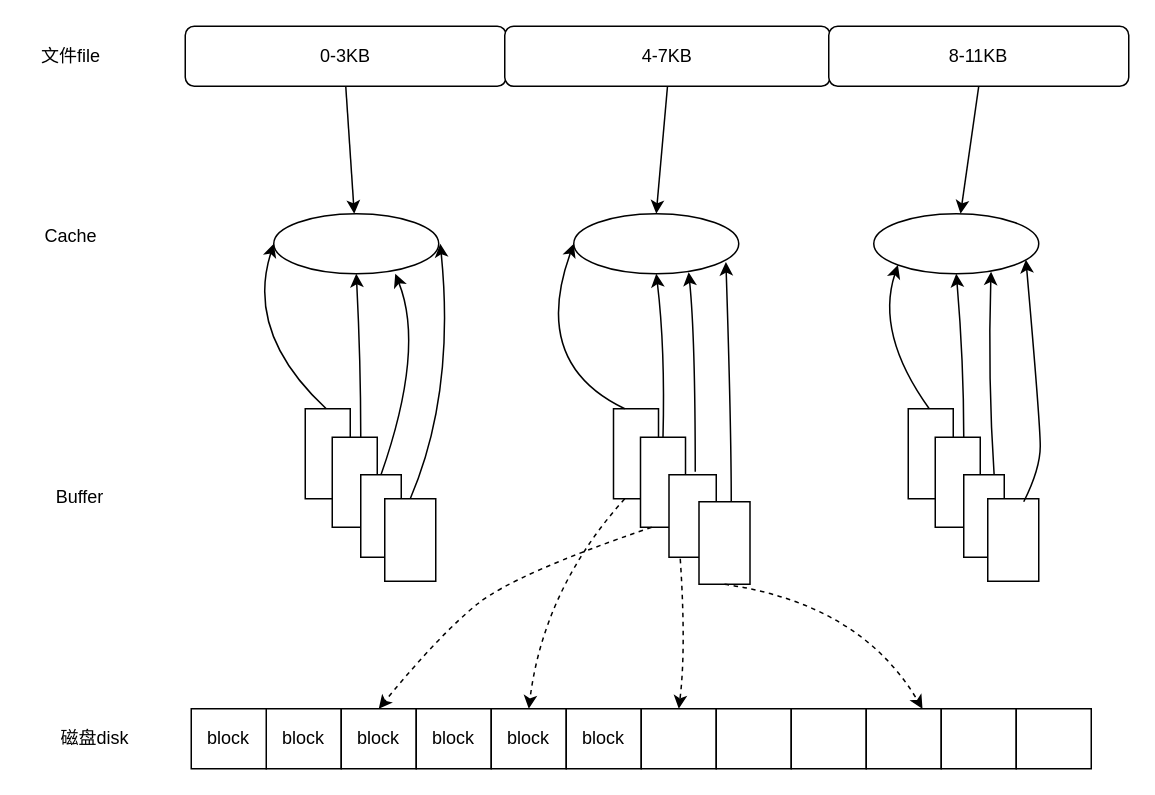
This is cache和buffer.drawio from Netech-DevNote/itquestions_pictures, a draw.io file, before an edit. Source tidied: cells renumbered, new cells numbered last; positions are measured from the earlier drawing's top-left corner, leaving out a move shared by most shapes. Both pictures are drawn from the tidied source at 150%, with x=0, y=0 at pixel (26, 26).
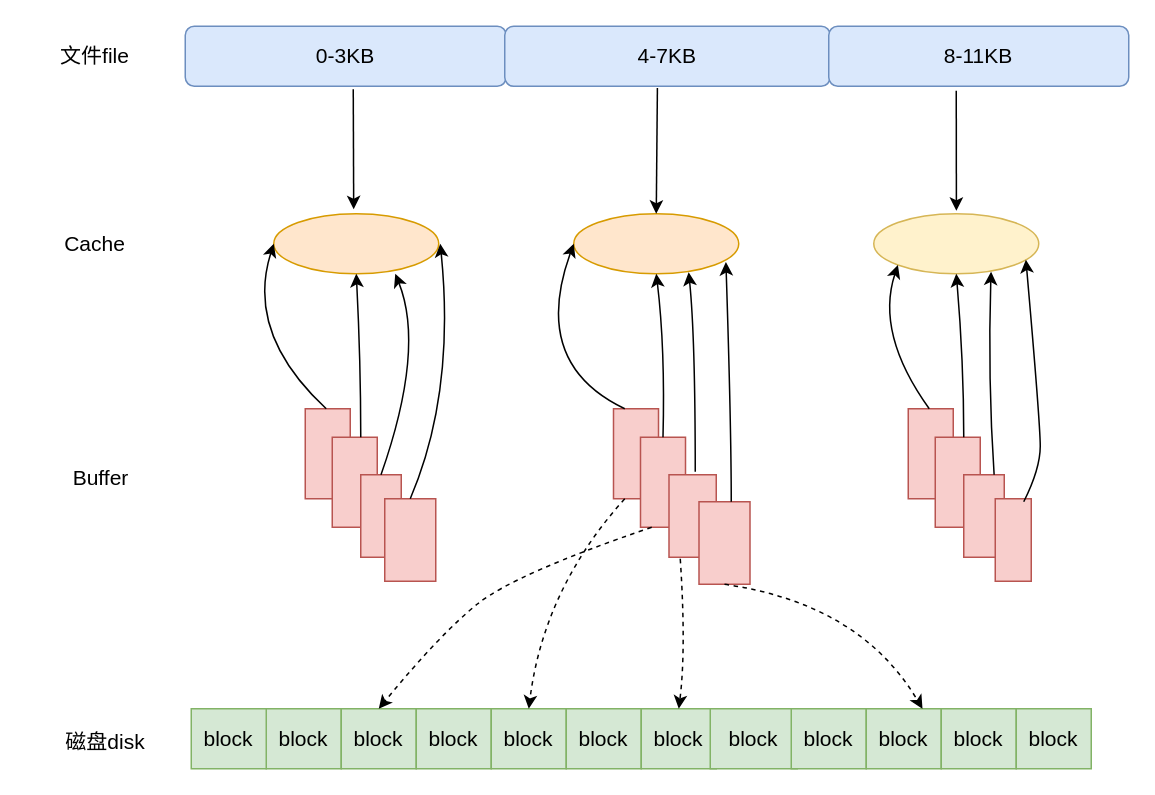
The same diagram, later.

Change to the diagram source:
```diff
@@
-    <mxCell id="2" value="0-3KB" style="rounded=1;whiteSpace=wrap;html=1;" parent="1" vertex="1">
+    <mxCell id="2" value="0-3KB" style="rounded=1;whiteSpace=wrap;html=1;fillColor=#dae8fc;strokeColor=#6c8ebf;fontSize=14;" parent="1" vertex="1">
       <mxGeometry x="106" width="214" height="40" as="geometry" />
     </mxCell>
-    <mxCell id="3" value="4-7KB" style="rounded=1;whiteSpace=wrap;html=1;" parent="1" vertex="1">
+    <mxCell id="3" value="4-7KB" style="rounded=1;whiteSpace=wrap;html=1;fillColor=#dae8fc;strokeColor=#6c8ebf;fontSize=14;" parent="1" vertex="1">
       <mxGeometry x="319" width="217" height="40" as="geometry" />
     </mxCell>
-    <mxCell id="4" value="8-11KB" style="rounded=1;whiteSpace=wrap;html=1;" parent="1" vertex="1">
+    <mxCell id="4" value="8-11KB" style="rounded=1;whiteSpace=wrap;html=1;fillColor=#dae8fc;strokeColor=#6c8ebf;fontSize=14;" parent="1" vertex="1">
       <mxGeometry x="535" width="200" height="40" as="geometry" />
     </mxCell>
-    <mxCell id="5" value="文件file" style="text;html=1;strokeColor=none;fillColor=none;align=center;verticalAlign=middle;whiteSpace=wrap;rounded=0;" parent="1" vertex="1">
-      <mxGeometry y="5" width="60" height="30" as="geometry" />
+    <mxCell id="5" value="文件file" style="text;html=1;strokeColor=none;fillColor=none;align=center;verticalAlign=middle;whiteSpace=wrap;rounded=0;fontSize=14;" parent="1" vertex="1">
+      <mxGeometry x="16" y="5" width="60" height="30" as="geometry" />
     </mxCell>
-    <mxCell id="6" style="ellipse;whiteSpace=wrap;html=1;" parent="1" vertex="1">
+    <mxCell id="6" style="ellipse;whiteSpace=wrap;html=1;fillColor=#ffe6cc;strokeColor=#d79b00;fontSize=14;" parent="1" vertex="1">
       <mxGeometry x="165" y="125" width="110" height="40" as="geometry" />
     </mxCell>
-    <mxCell id="7" style="ellipse;whiteSpace=wrap;html=1;" parent="1" vertex="1">
+    <mxCell id="7" style="ellipse;whiteSpace=wrap;html=1;fillColor=#ffe6cc;strokeColor=#d79b00;fontSize=14;" parent="1" vertex="1">
       <mxGeometry x="365" y="125" width="110" height="40" as="geometry" />
     </mxCell>
-    <mxCell id="8" style="ellipse;whiteSpace=wrap;html=1;" parent="1" vertex="1">
+    <mxCell id="8" style="ellipse;whiteSpace=wrap;html=1;fillColor=#fff2cc;strokeColor=#d6b656;fontSize=14;" parent="1" vertex="1">
       <mxGeometry x="565" y="125" width="110" height="40" as="geometry" />
     </mxCell>
-    <mxCell id="9" value="Cache" style="text;html=1;strokeColor=none;fillColor=none;align=center;verticalAlign=middle;whiteSpace=wrap;rounded=0;" parent="1" vertex="1">
-      <mxGeometry y="125" width="60" height="30" as="geometry" />
+    <mxCell id="9" value="Cache" style="text;html=1;strokeColor=none;fillColor=none;align=center;verticalAlign=middle;whiteSpace=wrap;rounded=0;fontSize=14;" parent="1" vertex="1">
+      <mxGeometry x="16" y="130" width="60" height="30" as="geometry" />
     </mxCell>
-    <mxCell id="10" value="Buffer" style="text;html=1;strokeColor=none;fillColor=none;align=center;verticalAlign=middle;whiteSpace=wrap;rounded=0;" parent="1" vertex="1">
-      <mxGeometry x="6" y="299" width="60" height="30" as="geometry" />
+    <mxCell id="10" value="Buffer" style="text;html=1;strokeColor=none;fillColor=none;align=center;verticalAlign=middle;whiteSpace=wrap;rounded=0;fontSize=14;" parent="1" vertex="1">
+      <mxGeometry x="20" y="286" width="60" height="30" as="geometry" />
     </mxCell>
-    <mxCell id="11" value="磁盘disk" style="text;html=1;strokeColor=none;fillColor=none;align=center;verticalAlign=middle;whiteSpace=wrap;rounded=0;" parent="1" vertex="1">
-      <mxGeometry x="16" y="460" width="60" height="30" as="geometry" />
+    <mxCell id="11" value="磁盘disk" style="text;html=1;strokeColor=none;fillColor=none;align=center;verticalAlign=middle;whiteSpace=wrap;rounded=0;fontSize=14;" parent="1" vertex="1">
+      <mxGeometry x="23" y="462" width="60" height="30" as="geometry" />
     </mxCell>
-    <mxCell id="12" value="block" style="rounded=0;whiteSpace=wrap;html=1;" parent="1" vertex="1">
+    <mxCell id="12" value="block" style="rounded=0;whiteSpace=wrap;html=1;fillColor=#d5e8d4;strokeColor=#82b366;fontSize=14;" parent="1" vertex="1">
       <mxGeometry x="160" y="455" width="50" height="40" as="geometry" />
     </mxCell>
-    <mxCell id="13" value="block" style="rounded=0;whiteSpace=wrap;html=1;" parent="1" vertex="1">
+    <mxCell id="13" value="block" style="rounded=0;whiteSpace=wrap;html=1;fillColor=#d5e8d4;strokeColor=#82b366;fontSize=14;" parent="1" vertex="1">
       <mxGeometry x="210" y="455" width="50" height="40" as="geometry" />
     </mxCell>
-    <mxCell id="14" value="block" style="rounded=0;whiteSpace=wrap;html=1;" parent="1" vertex="1">
+    <mxCell id="14" value="block" style="rounded=0;whiteSpace=wrap;html=1;fillColor=#d5e8d4;strokeColor=#82b366;fontSize=14;" parent="1" vertex="1">
       <mxGeometry x="260" y="455" width="50" height="40" as="geometry" />
     </mxCell>
-    <mxCell id="15" value="block" style="rounded=0;whiteSpace=wrap;html=1;" parent="1" vertex="1">
+    <mxCell id="15" value="block" style="rounded=0;whiteSpace=wrap;html=1;fillColor=#d5e8d4;strokeColor=#82b366;fontSize=14;" parent="1" vertex="1">
       <mxGeometry x="310" y="455" width="50" height="40" as="geometry" />
     </mxCell>
-    <mxCell id="16" value="block" style="rounded=0;whiteSpace=wrap;html=1;" parent="1" vertex="1">
+    <mxCell id="16" value="block" style="rounded=0;whiteSpace=wrap;html=1;fillColor=#d5e8d4;strokeColor=#82b366;fontSize=14;" parent="1" vertex="1">
       <mxGeometry x="360" y="455" width="50" height="40" as="geometry" />
     </mxCell>
-    <mxCell id="17" style="rounded=0;whiteSpace=wrap;html=1;" parent="1" vertex="1">
+    <mxCell id="17" value="block" style="rounded=0;whiteSpace=wrap;html=1;fillColor=#d5e8d4;strokeColor=#82b366;fontSize=14;" parent="1" vertex="1">
       <mxGeometry x="410" y="455" width="50" height="40" as="geometry" />
     </mxCell>
-    <mxCell id="18" style="rounded=0;whiteSpace=wrap;html=1;" parent="1" vertex="1">
-      <mxGeometry x="460" y="455" width="50" height="40" as="geometry" />
+    <mxCell id="18" value="block" style="rounded=0;whiteSpace=wrap;html=1;fillColor=#d5e8d4;strokeColor=#82b366;fontSize=14;" parent="1" vertex="1">
+      <mxGeometry x="456" y="455" width="58" height="40" as="geometry" />
     </mxCell>
-    <mxCell id="19" style="rounded=0;whiteSpace=wrap;html=1;" parent="1" vertex="1">
+    <mxCell id="19" value="block" style="rounded=0;whiteSpace=wrap;html=1;fillColor=#d5e8d4;strokeColor=#82b366;fontSize=14;" parent="1" vertex="1">
       <mxGeometry x="510" y="455" width="50" height="40" as="geometry" />
     </mxCell>
-    <mxCell id="20" style="rounded=0;whiteSpace=wrap;html=1;" parent="1" vertex="1">
+    <mxCell id="20" value="block" style="rounded=0;whiteSpace=wrap;html=1;fillColor=#d5e8d4;strokeColor=#82b366;fontSize=14;" parent="1" vertex="1">
       <mxGeometry x="560" y="455" width="50" height="40" as="geometry" />
     </mxCell>
-    <mxCell id="21" style="rounded=0;whiteSpace=wrap;html=1;" parent="1" vertex="1">
+    <mxCell id="21" style="rounded=0;whiteSpace=wrap;html=1;fillColor=#f8cecc;strokeColor=#b85450;fontSize=14;" parent="1" vertex="1">
       <mxGeometry x="186" y="255" width="30" height="60" as="geometry" />
     </mxCell>
-    <mxCell id="22" style="rounded=0;whiteSpace=wrap;html=1;" parent="1" vertex="1">
+    <mxCell id="22" style="rounded=0;whiteSpace=wrap;html=1;fillColor=#f8cecc;strokeColor=#b85450;fontSize=14;" parent="1" vertex="1">
       <mxGeometry x="204" y="274" width="30" height="60" as="geometry" />
     </mxCell>
-    <mxCell id="23" style="rounded=0;whiteSpace=wrap;html=1;" parent="1" vertex="1">
+    <mxCell id="23" style="rounded=0;whiteSpace=wrap;html=1;fillColor=#f8cecc;strokeColor=#b85450;fontSize=14;" parent="1" vertex="1">
       <mxGeometry x="223" y="299" width="27" height="55" as="geometry" />
     </mxCell>
-    <mxCell id="24" style="rounded=0;whiteSpace=wrap;html=1;" parent="1" vertex="1">
+    <mxCell id="24" style="rounded=0;whiteSpace=wrap;html=1;fillColor=#f8cecc;strokeColor=#b85450;fontSize=14;" parent="1" vertex="1">
       <mxGeometry x="239" y="315" width="34" height="55" as="geometry" />
     </mxCell>
-    <mxCell id="25" style="endArrow=classic;html=1;rounded=0;exitX=0.5;exitY=1;exitDx=0;exitDy=0;" parent="1" edge="1" source="2" target="6">
-      <mxGeometry relative="1" as="geometry" />
+    <mxCell id="25" style="endArrow=classic;html=1;rounded=0;fontSize=14;" parent="1" edge="1">
+      <mxGeometry relative="1" as="geometry">
+        <mxPoint x="218" y="42" as="sourcePoint" />
+        <mxPoint x="218.3" y="122" as="targetPoint" />
+      </mxGeometry>
     </mxCell>
-    <mxCell id="26" style="endArrow=classic;html=1;rounded=0;exitX=0.5;exitY=1;exitDx=0;exitDy=0;entryX=0.5;entryY=0;entryDx=0;entryDy=0;" parent="1" edge="1" source="3" target="7">
+    <mxCell id="26" style="endArrow=classic;html=1;rounded=0;entryX=0.5;entryY=0;entryDx=0;entryDy=0;fontSize=14;exitX=0.469;exitY=1.03;exitDx=0;exitDy=0;exitPerimeter=0;" parent="1" edge="1" source="3" target="7">
       <mxGeometry relative="1" as="geometry" />
     </mxCell>
-    <mxCell id="27" style="endArrow=classic;html=1;rounded=0;exitX=0.5;exitY=1;exitDx=0;exitDy=0;" parent="1" edge="1" source="4" target="8">
-      <mxGeometry relative="1" as="geometry" />
+    <mxCell id="27" style="endArrow=classic;html=1;rounded=0;fontSize=14;" parent="1" edge="1">
+      <mxGeometry relative="1" as="geometry">
+        <mxPoint x="620" y="43" as="sourcePoint" />
+        <mxPoint x="620.1" y="123" as="targetPoint" />
+      </mxGeometry>
     </mxCell>
-    <mxCell id="28" style="rounded=0;whiteSpace=wrap;html=1;" parent="1" vertex="1">
+    <mxCell id="28" style="rounded=0;whiteSpace=wrap;html=1;fillColor=#f8cecc;strokeColor=#b85450;fontSize=14;" parent="1" vertex="1">
       <mxGeometry x="391.5" y="255" width="30" height="60" as="geometry" />
     </mxCell>
-    <mxCell id="29" style="rounded=0;whiteSpace=wrap;html=1;" parent="1" vertex="1">
+    <mxCell id="29" style="rounded=0;whiteSpace=wrap;html=1;fillColor=#f8cecc;strokeColor=#b85450;fontSize=14;" parent="1" vertex="1">
       <mxGeometry x="409.5" y="274" width="30" height="60" as="geometry" />
     </mxCell>
-    <mxCell id="30" style="rounded=0;whiteSpace=wrap;html=1;" parent="1" vertex="1">
+    <mxCell id="30" style="rounded=0;whiteSpace=wrap;html=1;fillColor=#f8cecc;strokeColor=#b85450;fontSize=14;" parent="1" vertex="1">
       <mxGeometry x="428.5" y="299" width="31.5" height="55" as="geometry" />
     </mxCell>
-    <mxCell id="31" style="rounded=0;whiteSpace=wrap;html=1;" parent="1" vertex="1">
+    <mxCell id="31" style="rounded=0;whiteSpace=wrap;html=1;fillColor=#f8cecc;strokeColor=#b85450;fontSize=14;" parent="1" vertex="1">
       <mxGeometry x="448.5" y="317" width="34" height="55" as="geometry" />
     </mxCell>
-    <mxCell id="32" style="rounded=0;whiteSpace=wrap;html=1;" parent="1" vertex="1">
+    <mxCell id="32" style="rounded=0;whiteSpace=wrap;html=1;fillColor=#f8cecc;strokeColor=#b85450;fontSize=14;" parent="1" vertex="1">
       <mxGeometry x="588" y="255" width="30" height="60" as="geometry" />
     </mxCell>
-    <mxCell id="33" style="rounded=0;whiteSpace=wrap;html=1;" parent="1" vertex="1">
+    <mxCell id="33" style="rounded=0;whiteSpace=wrap;html=1;fillColor=#f8cecc;strokeColor=#b85450;fontSize=14;" parent="1" vertex="1">
       <mxGeometry x="606" y="274" width="30" height="60" as="geometry" />
     </mxCell>
-    <mxCell id="34" style="rounded=0;whiteSpace=wrap;html=1;" parent="1" vertex="1">
+    <mxCell id="34" style="rounded=0;whiteSpace=wrap;html=1;fontSize=14;fillColor=#f8cecc;strokeColor=#b85450;" parent="1" vertex="1">
       <mxGeometry x="625" y="299" width="27" height="55" as="geometry" />
     </mxCell>
-    <mxCell id="35" style="rounded=0;whiteSpace=wrap;html=1;" parent="1" vertex="1">
-      <mxGeometry x="641" y="315" width="34" height="55" as="geometry" />
+    <mxCell id="35" style="rounded=0;whiteSpace=wrap;html=1;fillColor=#f8cecc;strokeColor=#b85450;fontSize=14;" parent="1" vertex="1">
+      <mxGeometry x="646" y="315" width="24" height="55" as="geometry" />
     </mxCell>
-    <mxCell id="36" value="block" style="rounded=0;whiteSpace=wrap;html=1;" parent="1" vertex="1">
+    <mxCell id="36" value="block" style="rounded=0;whiteSpace=wrap;html=1;fillColor=#d5e8d4;strokeColor=#82b366;fontSize=14;" parent="1" vertex="1">
       <mxGeometry x="110" y="455" width="50" height="40" as="geometry" />
     </mxCell>
-    <mxCell id="37" style="rounded=0;whiteSpace=wrap;html=1;" parent="1" vertex="1">
+    <mxCell id="37" value="block" style="rounded=0;whiteSpace=wrap;html=1;fillColor=#d5e8d4;strokeColor=#82b366;fontSize=14;" parent="1" vertex="1">
       <mxGeometry x="610" y="455" width="50" height="40" as="geometry" />
     </mxCell>
-    <mxCell id="38" style="rounded=0;whiteSpace=wrap;html=1;" parent="1" vertex="1">
+    <mxCell id="38" value="block" style="rounded=0;whiteSpace=wrap;html=1;fillColor=#d5e8d4;strokeColor=#82b366;fontSize=14;" parent="1" vertex="1">
       <mxGeometry x="660" y="455" width="50" height="40" as="geometry" />
     </mxCell>
-    <mxCell id="39" style="curved=1;endArrow=classic;html=1;rounded=0;entryX=0;entryY=0.5;entryDx=0;entryDy=0;" parent="1" edge="1" target="6">
+    <mxCell id="39" style="curved=1;endArrow=classic;html=1;rounded=0;entryX=0;entryY=0.5;entryDx=0;entryDy=0;fontSize=14;" parent="1" edge="1" target="6">
       <mxGeometry relative="1" as="geometry">
         <mxPoint x="200" y="255" as="sourcePoint" />
         <Array as="points">
           <mxPoint x="146" y="205" />
         </Array>
       </mxGeometry>
     </mxCell>
-    <mxCell id="40" style="curved=1;endArrow=classic;html=1;rounded=0;entryX=0.5;entryY=1;entryDx=0;entryDy=0;" parent="1" edge="1" target="6">
+    <mxCell id="40" style="curved=1;endArrow=classic;html=1;rounded=0;entryX=0.5;entryY=1;entryDx=0;entryDy=0;fontSize=14;" parent="1" edge="1" target="6">
       <mxGeometry relative="1" as="geometry">
         <mxPoint x="223" y="274" as="sourcePoint" />
         <Array as="points">
           <mxPoint x="223" y="224" />
         </Array>
       </mxGeometry>
     </mxCell>
-    <mxCell id="41" style="curved=1;endArrow=classic;html=1;rounded=0;exitX=0.5;exitY=0;exitDx=0;exitDy=0;" parent="1" edge="1" source="23">
+    <mxCell id="41" style="curved=1;endArrow=classic;html=1;rounded=0;exitX=0.5;exitY=0;exitDx=0;exitDy=0;fontSize=14;" parent="1" edge="1" source="23">
       <mxGeometry relative="1" as="geometry">
         <mxPoint x="246" y="165" as="targetPoint" />
         <Array as="points">
           <mxPoint x="266" y="215" />
         </Array>
       </mxGeometry>
     </mxCell>
-    <mxCell id="42" style="curved=1;endArrow=classic;html=1;rounded=0;exitX=0.5;exitY=0;exitDx=0;exitDy=0;" parent="1" edge="1" source="24">
+    <mxCell id="42" style="curved=1;endArrow=classic;html=1;rounded=0;exitX=0.5;exitY=0;exitDx=0;exitDy=0;fontSize=14;" parent="1" edge="1" source="24">
       <mxGeometry relative="1" as="geometry">
         <mxPoint x="276" y="145" as="targetPoint" />
         <Array as="points">
           <mxPoint x="286" y="245" />
         </Array>
       </mxGeometry>
     </mxCell>
-    <mxCell id="43" style="curved=1;endArrow=classic;html=1;rounded=0;exitX=0.25;exitY=0;exitDx=0;exitDy=0;entryX=0;entryY=0.5;entryDx=0;entryDy=0;" parent="1" edge="1" source="28" target="7">
+    <mxCell id="43" style="curved=1;endArrow=classic;html=1;rounded=0;exitX=0.25;exitY=0;exitDx=0;exitDy=0;entryX=0;entryY=0.5;entryDx=0;entryDy=0;fontSize=14;" parent="1" edge="1" source="28" target="7">
       <mxGeometry relative="1" as="geometry">
         <Array as="points">
           <mxPoint x="336" y="225" />
         </Array>
       </mxGeometry>
     </mxCell>
-    <mxCell id="44" style="curved=1;endArrow=classic;html=1;rounded=0;exitX=0.5;exitY=0;exitDx=0;exitDy=0;entryX=0.5;entryY=1;entryDx=0;entryDy=0;" parent="1" edge="1" source="29" target="7">
+    <mxCell id="44" style="curved=1;endArrow=classic;html=1;rounded=0;exitX=0.5;exitY=0;exitDx=0;exitDy=0;entryX=0.5;entryY=1;entryDx=0;entryDy=0;fontSize=14;" parent="1" edge="1" source="29" target="7">
       <mxGeometry relative="1" as="geometry">
         <Array as="points">
           <mxPoint x="426" y="215" />
         </Array>
       </mxGeometry>
     </mxCell>
-    <mxCell id="45" style="curved=1;endArrow=classic;html=1;rounded=0;entryX=0.696;entryY=0.925;entryDx=0;entryDy=0;entryPerimeter=0;" parent="1" edge="1">
+    <mxCell id="45" style="curved=1;endArrow=classic;html=1;rounded=0;entryX=0.696;entryY=0.925;entryDx=0;entryDy=0;entryPerimeter=0;fontSize=14;" parent="1" edge="1">
       <mxGeometry relative="1" as="geometry">
         <mxPoint x="446" y="297" as="sourcePoint" />
         <mxPoint x="441.6" y="164" as="targetPoint" />
         <Array as="points">
           <mxPoint x="446" y="207" />
         </Array>
       </mxGeometry>
     </mxCell>
-    <mxCell id="46" style="curved=1;endArrow=classic;html=1;rounded=0;entryX=0.922;entryY=0.805;entryDx=0;entryDy=0;entryPerimeter=0;" parent="1" edge="1" target="7">
+    <mxCell id="46" style="curved=1;endArrow=classic;html=1;rounded=0;entryX=0.922;entryY=0.805;entryDx=0;entryDy=0;entryPerimeter=0;fontSize=14;" parent="1" edge="1" target="7">
       <mxGeometry relative="1" as="geometry">
         <mxPoint x="470" y="317" as="sourcePoint" />
         <Array as="points">
           <mxPoint x="470" y="267" />
         </Array>
       </mxGeometry>
     </mxCell>
-    <mxCell id="47" style="curved=1;endArrow=classic;html=1;rounded=0;entryX=0;entryY=1;entryDx=0;entryDy=0;" parent="1" edge="1" target="8">
+    <mxCell id="47" style="curved=1;endArrow=classic;html=1;rounded=0;entryX=0;entryY=1;entryDx=0;entryDy=0;fontSize=14;" parent="1" edge="1" target="8">
       <mxGeometry relative="1" as="geometry">
         <mxPoint x="602" y="255" as="sourcePoint" />
         <Array as="points">
           <mxPoint x="566" y="205" />
         </Array>
       </mxGeometry>
     </mxCell>
-    <mxCell id="48" style="curved=1;endArrow=classic;html=1;rounded=0;entryX=0.5;entryY=1;entryDx=0;entryDy=0;" parent="1" edge="1" target="8">
+    <mxCell id="48" style="curved=1;endArrow=classic;html=1;rounded=0;entryX=0.5;entryY=1;entryDx=0;entryDy=0;fontSize=14;" parent="1" edge="1" target="8">
       <mxGeometry relative="1" as="geometry">
         <mxPoint x="625" y="274" as="sourcePoint" />
         <Array as="points">
           <mxPoint x="625" y="224" />
         </Array>
       </mxGeometry>
     </mxCell>
-    <mxCell id="49" style="curved=1;endArrow=classic;html=1;rounded=0;entryX=0.711;entryY=0.965;entryDx=0;entryDy=0;entryPerimeter=0;exitX=0.75;exitY=0;exitDx=0;exitDy=0;" parent="1" edge="1" source="34" target="8">
+    <mxCell id="49" style="curved=1;endArrow=classic;html=1;rounded=0;entryX=0.711;entryY=0.965;entryDx=0;entryDy=0;entryPerimeter=0;exitX=0.75;exitY=0;exitDx=0;exitDy=0;fontSize=14;" parent="1" edge="1" source="34" target="8">
       <mxGeometry relative="1" as="geometry">
         <Array as="points">
           <mxPoint x="641" y="235" />
         </Array>
       </mxGeometry>
     </mxCell>
-    <mxCell id="50" style="curved=1;endArrow=classic;html=1;rounded=0;entryX=0.922;entryY=0.765;entryDx=0;entryDy=0;entryPerimeter=0;" parent="1" edge="1" target="8">
+    <mxCell id="50" style="curved=1;endArrow=classic;html=1;rounded=0;entryX=0.922;entryY=0.765;entryDx=0;entryDy=0;entryPerimeter=0;fontSize=14;" parent="1" edge="1" target="8">
       <mxGeometry relative="1" as="geometry">
         <mxPoint x="665" y="317" as="sourcePoint" />
         <Array as="points">
           <mxPoint x="676" y="295" />
           <mxPoint x="676" y="265" />
         </Array>
       </mxGeometry>
     </mxCell>
-    <mxCell id="51" style="curved=1;endArrow=classic;html=1;rounded=0;entryX=0.5;entryY=0;entryDx=0;entryDy=0;exitX=0.25;exitY=1;exitDx=0;exitDy=0;dashed=1;" parent="1" edge="1" source="28" target="15">
+    <mxCell id="51" style="curved=1;endArrow=classic;html=1;rounded=0;entryX=0.5;entryY=0;entryDx=0;entryDy=0;exitX=0.25;exitY=1;exitDx=0;exitDy=0;dashed=1;fontSize=14;" parent="1" edge="1" source="28" target="15">
       <mxGeometry relative="1" as="geometry">
         <Array as="points">
           <mxPoint x="345" y="375" />
         </Array>
       </mxGeometry>
     </mxCell>
-    <mxCell id="52" style="curved=1;endArrow=classic;html=1;rounded=0;exitX=0.25;exitY=1;exitDx=0;exitDy=0;entryX=0.5;entryY=0;entryDx=0;entryDy=0;dashed=1;" parent="1" edge="1" source="29" target="13">
+    <mxCell id="52" style="curved=1;endArrow=classic;html=1;rounded=0;exitX=0.25;exitY=1;exitDx=0;exitDy=0;entryX=0.5;entryY=0;entryDx=0;entryDy=0;dashed=1;fontSize=14;" parent="1" edge="1" source="29" target="13">
       <mxGeometry relative="1" as="geometry">
         <Array as="points">
           <mxPoint x="326" y="365" />
           <mxPoint x="276" y="405" />
         </Array>
       </mxGeometry>
     </mxCell>
-    <mxCell id="53" style="curved=1;endArrow=classic;html=1;rounded=0;entryX=0.5;entryY=0;entryDx=0;entryDy=0;dashed=1;" parent="1" edge="1" target="17">
+    <mxCell id="53" style="curved=1;endArrow=classic;html=1;rounded=0;entryX=0.5;entryY=0;entryDx=0;entryDy=0;dashed=1;fontSize=14;" parent="1" edge="1" target="17">
       <mxGeometry relative="1" as="geometry">
         <mxPoint x="436" y="355" as="sourcePoint" />
         <Array as="points">
           <mxPoint x="440" y="415" />
         </Array>
       </mxGeometry>
     </mxCell>
-    <mxCell id="54" style="curved=1;endArrow=classic;html=1;rounded=0;exitX=0.5;exitY=1;exitDx=0;exitDy=0;entryX=0.75;entryY=0;entryDx=0;entryDy=0;dashed=1;" parent="1" edge="1" source="31" target="20">
+    <mxCell id="54" style="curved=1;endArrow=classic;html=1;rounded=0;exitX=0.5;exitY=1;exitDx=0;exitDy=0;entryX=0.75;entryY=0;entryDx=0;entryDy=0;dashed=1;fontSize=14;" parent="1" edge="1" source="31" target="20">
       <mxGeometry relative="1" as="geometry">
         <Array as="points">
           <mxPoint x="556" y="385" />
         </Array>
       </mxGeometry>
     </mxCell>
```
